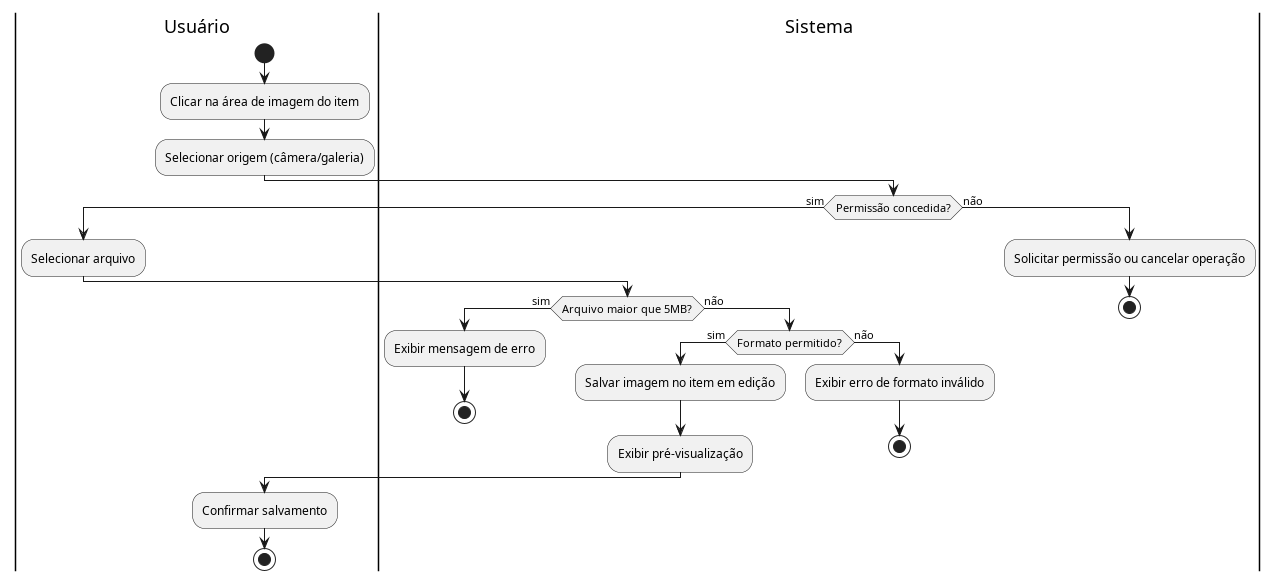
Before: docs/casosUso/imagens/diagramas_atividade/diagrama_UC05.png, a diagram exported from PlantUML (aspiringluke/Projeto-Integrado-Mobile).
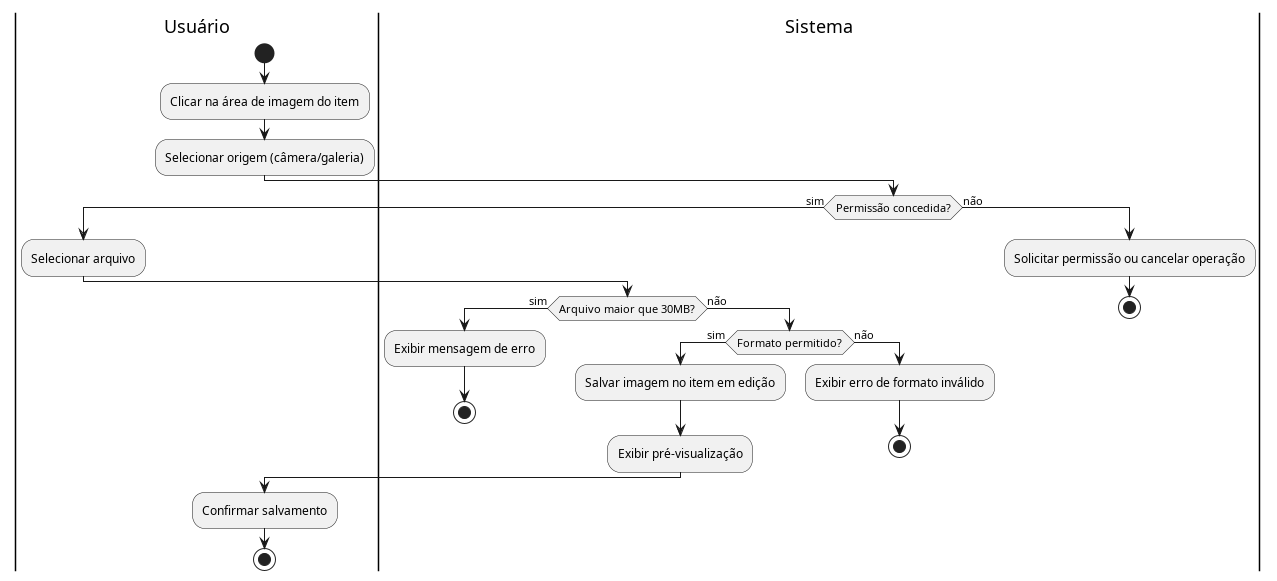
Above is the later version.

What changed in the source:
```diff
@@ -10,7 +10,7 @@
   |Usuário|
   :Selecionar arquivo;
   |Sistema|
-  if (Arquivo maior que 5MB?) then (sim)
+  if (Arquivo maior que 30MB?) then (sim)
     :Exibir mensagem de erro;
     stop
   else (não)
```
